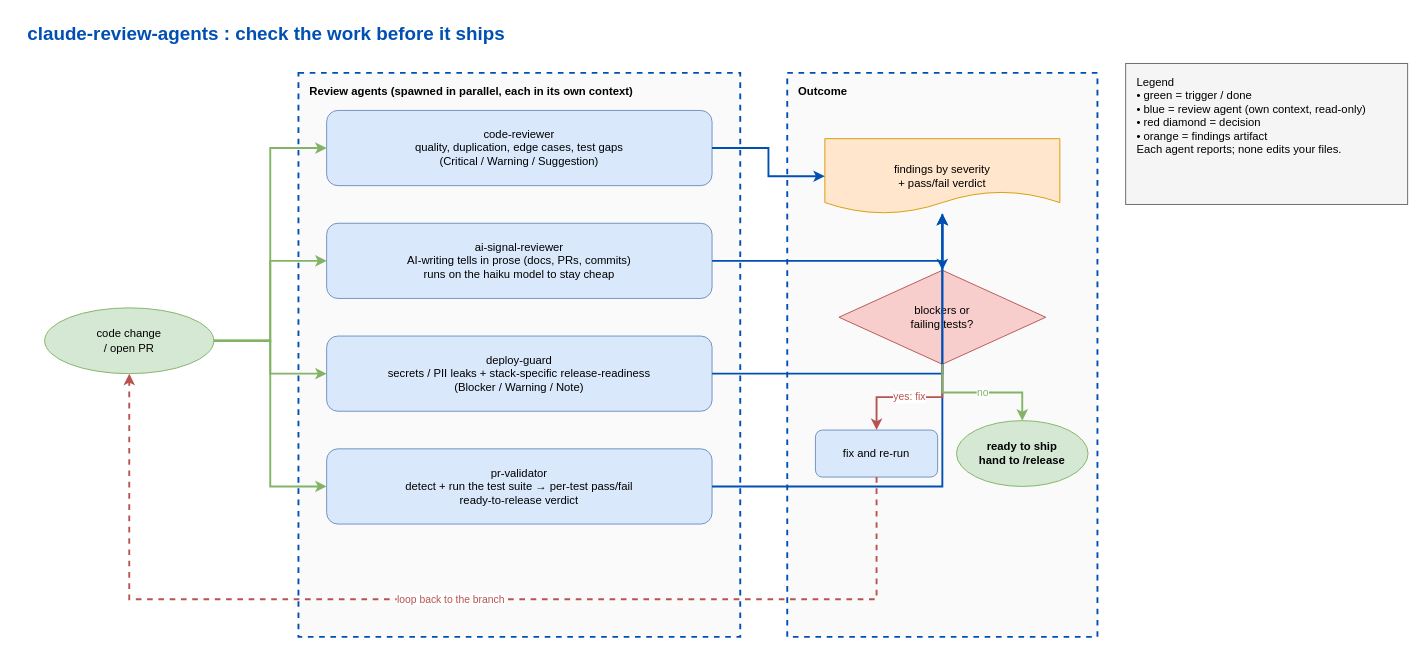
Above: docs/review-agents-flow.drawio in eranw2000/claude-review-agents (draw.io), before the change. Source tidied: cells renumbered, new cells numbered last; positions are measured from the earlier drawing's top-left corner, leaving out a move shared by most shapes. Both pictures are drawn from the tidied source at 94%, with x=0, y=0 at pixel (25, 16).
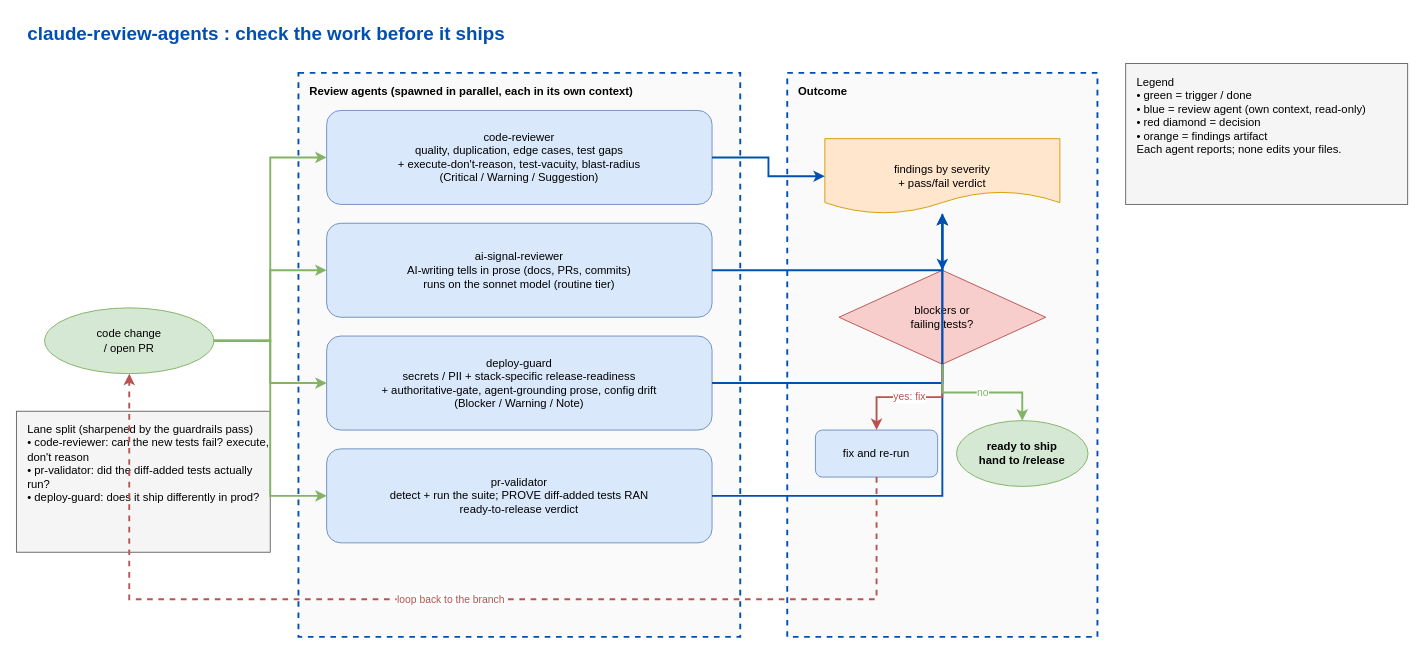
Above is the later version.

Commit message (it also covers changes not shown here):
Sync 2026-07-17 guardrails upgrades into the four review agents (#2)

Diff of the diagram source:
```diff
@@
-    <mxCell id="6" value="code-reviewer&#10;quality, duplication, edge cases, test gaps&#10;(Critical / Warning / Suggestion)" style="rounded=1;fillColor=#dae8fc;strokeColor=#6c8ebf;html=1;whiteSpace=wrap;" parent="1" vertex="1">
-      <mxGeometry x="320" y="100" width="410" height="80" as="geometry" />
+    <mxCell id="6" value="code-reviewer&#10;quality, duplication, edge cases, test gaps&#10;+ execute-don't-reason, test-vacuity, blast-radius&#10;(Critical / Warning / Suggestion)" style="rounded=1;fillColor=#dae8fc;strokeColor=#6c8ebf;html=1;whiteSpace=wrap;" parent="1" vertex="1">
+      <mxGeometry x="320" y="100" width="410" height="100" as="geometry" />
     </mxCell>
-    <mxCell id="7" value="ai-signal-reviewer&#10;AI-writing tells in prose (docs, PRs, commits)&#10;runs on the haiku model to stay cheap" style="rounded=1;fillColor=#dae8fc;strokeColor=#6c8ebf;html=1;whiteSpace=wrap;" parent="1" vertex="1">
-      <mxGeometry x="320" y="220" width="410" height="80" as="geometry" />
+    <mxCell id="7" value="ai-signal-reviewer&#10;AI-writing tells in prose (docs, PRs, commits)&#10;runs on the sonnet model (routine tier)" style="rounded=1;fillColor=#dae8fc;strokeColor=#6c8ebf;html=1;whiteSpace=wrap;" parent="1" vertex="1">
+      <mxGeometry x="320" y="220" width="410" height="100" as="geometry" />
     </mxCell>
-    <mxCell id="8" value="deploy-guard&#10;secrets / PII leaks + stack-specific release-readiness&#10;(Blocker / Warning / Note)" style="rounded=1;fillColor=#dae8fc;strokeColor=#6c8ebf;html=1;whiteSpace=wrap;" parent="1" vertex="1">
-      <mxGeometry x="320" y="340" width="410" height="80" as="geometry" />
+    <mxCell id="8" value="deploy-guard&#10;secrets / PII + stack-specific release-readiness&#10;+ authoritative-gate, agent-grounding prose, config drift&#10;(Blocker / Warning / Note)" style="rounded=1;fillColor=#dae8fc;strokeColor=#6c8ebf;html=1;whiteSpace=wrap;" parent="1" vertex="1">
+      <mxGeometry x="320" y="340" width="410" height="100" as="geometry" />
     </mxCell>
-    <mxCell id="9" value="pr-validator&#10;detect + run the test suite → per-test pass/fail&#10;ready-to-release verdict" style="rounded=1;fillColor=#dae8fc;strokeColor=#6c8ebf;html=1;whiteSpace=wrap;" parent="1" vertex="1">
-      <mxGeometry x="320" y="460" width="410" height="80" as="geometry" />
+    <mxCell id="9" value="pr-validator&#10;detect + run the suite; PROVE diff-added tests RAN&#10;ready-to-release verdict" style="rounded=1;fillColor=#dae8fc;strokeColor=#6c8ebf;html=1;whiteSpace=wrap;" parent="1" vertex="1">
+      <mxGeometry x="320" y="460" width="410" height="100" as="geometry" />
     </mxCell>
+    <mxCell id="27" value="Lane split (sharpened by the guardrails pass)&#10;• code-reviewer: can the new tests fail? execute, don't reason&#10;• pr-validator: did the diff-added tests actually run?&#10;• deploy-guard: does it ship differently in prod?" style="rounded=0;fillColor=#f5f5f5;strokeColor=#666666;verticalAlign=top;align=left;spacingLeft=10;spacingTop=6;whiteSpace=wrap;html=1;fontFamily=Helvetica;" parent="1" vertex="1">
+      <mxGeometry x="-10" y="420" width="270" height="150" as="geometry" />
+    </mxCell>
```
